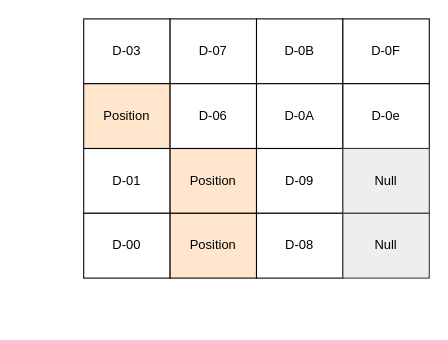
The draw.io diagram 未命名绘图.drawio in blueyesess/rtl_lab, before the edit. Source tidied: cells renumbered, new cells numbered last; positions are measured from the earlier drawing's top-left corner, leaving out a move shared by most shapes. Both pictures are drawn from the tidied source at 108%, with x=0, y=0 at pixel (83, 18).
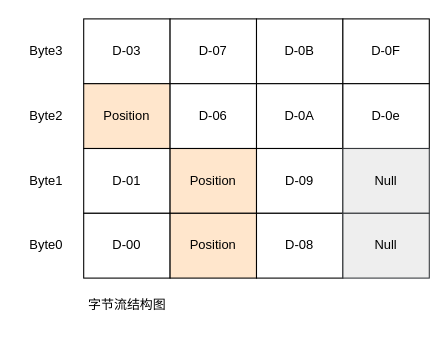
Above is the later version.

What changed in the source:
```diff
@@
+    <mxCell id="18" value="字节流结构图" style="text;html=1;align=center;verticalAlign=middle;strokeColor=none;fillColor=none;" parent="1" vertex="1">
+      <mxGeometry x="-10" y="250" width="100" height="30" as="geometry" />
+    </mxCell>
+    <mxCell id="19" value="Byte0" style="text;html=1;align=center;verticalAlign=middle;strokeColor=none;fillColor=none;" parent="1" vertex="1">
+      <mxGeometry x="-60" y="195" width="50" height="30" as="geometry" />
+    </mxCell>
+    <mxCell id="20" value="Byte1" style="text;html=1;align=center;verticalAlign=middle;strokeColor=none;fillColor=none;" parent="1" vertex="1">
+      <mxGeometry x="-60" y="135" width="50" height="30" as="geometry" />
+    </mxCell>
+    <mxCell id="21" value="Byte2" style="text;html=1;align=center;verticalAlign=middle;strokeColor=none;fillColor=none;" parent="1" vertex="1">
+      <mxGeometry x="-60" y="75" width="50" height="30" as="geometry" />
+    </mxCell>
+    <mxCell id="22" value="Byte3" style="text;html=1;align=center;verticalAlign=middle;strokeColor=none;fillColor=none;" parent="1" vertex="1">
+      <mxGeometry x="-60" y="15" width="50" height="30" as="geometry" />
+    </mxCell>
```
